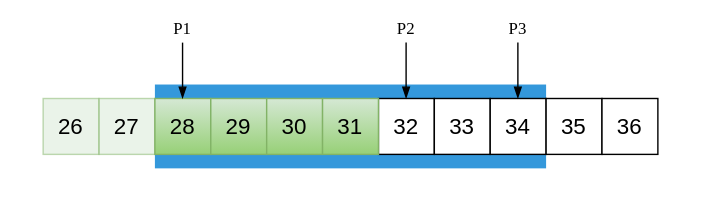
Above: img/net/window_2.svg in kavinwkp/blogimage (draw.io), before the change. Source tidied: cells renumbered, new cells last; positions are measured from the earlier drawing's top-left corner, leaving out a move shared by most shapes.
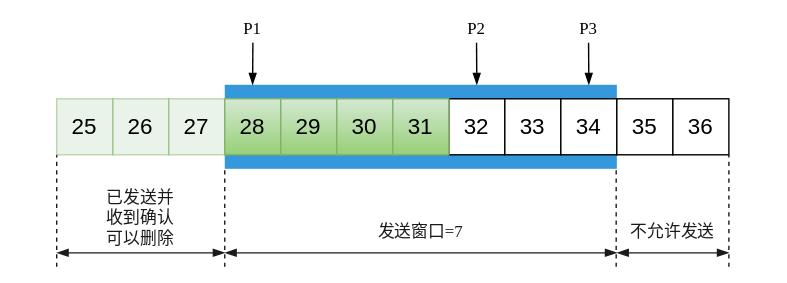
The same diagram one commit later.

The edit, as a diff of the source:
```diff
@@ -28,14 +28,14 @@
     </mxCell>
     <mxCell id="10" style="endArrow=blockThin;html=1;endFill=1;" parent="1" edge="1">
       <mxGeometry relative="1" as="geometry">
-        <mxPoint x="129.8" y="30" as="sourcePoint" />
-        <mxPoint x="129.8" y="70" as="targetPoint" />
+        <mxPoint x="130.1" y="30" as="sourcePoint" />
+        <mxPoint x="129.9" y="60" as="targetPoint" />
       </mxGeometry>
     </mxCell>
     <mxCell id="11" style="endArrow=blockThin;html=1;endFill=1;" parent="1" edge="1">
       <mxGeometry relative="1" as="geometry">
         <mxPoint x="289.8" y="30" as="sourcePoint" />
-        <mxPoint x="289.8" y="70" as="targetPoint" />
+        <mxPoint x="290" y="60" as="targetPoint" />
       </mxGeometry>
     </mxCell>
     <mxCell id="12" value="&lt;font style=&quot;font-size: 16px&quot;&gt;34&lt;/font&gt;" style="rounded=0;whiteSpace=wrap;html=1;" parent="1" vertex="1">
@@ -44,7 +44,7 @@
     <mxCell id="13" style="endArrow=blockThin;html=1;endFill=1;" parent="1" edge="1">
       <mxGeometry relative="1" as="geometry">
         <mxPoint x="369.8" y="30" as="sourcePoint" />
-        <mxPoint x="369.8" y="70" as="targetPoint" />
+        <mxPoint x="370" y="60" as="targetPoint" />
       </mxGeometry>
     </mxCell>
     <mxCell id="14" value="&lt;font style=&quot;font-size: 16px&quot;&gt;35&lt;/font&gt;" style="rounded=0;whiteSpace=wrap;html=1;" parent="1" vertex="1">
@@ -65,8 +65,62 @@
     <mxCell id="19" value="&lt;font face=&quot;Monaco&quot;&gt;P3&lt;/font&gt;" style="text;html=1;strokeColor=none;fillColor=none;align=center;verticalAlign=middle;whiteSpace=wrap;rounded=0;opacity=50;" parent="1" vertex="1">
       <mxGeometry x="350" y="10" width="40" height="20" as="geometry" />
     </mxCell>
-    <mxCell id="20" style="rounded=0;whiteSpace=wrap;html=1;opacity=50;fillColor=none;strokeColor=none;" parent="1" vertex="1">
-      <mxGeometry width="500" height="140" as="geometry" />
-    </mxCell>
+    <mxCell id="21" style="endArrow=none;html=1;dashed=1;strokeColor=#1A1A1A;" parent="1" edge="1">
+      <mxGeometry relative="1" as="geometry">
+        <mxPoint x="110" y="190" as="sourcePoint" />
+        <mxPoint x="110" y="120" as="targetPoint" />
+      </mxGeometry>
+    </mxCell>
+    <mxCell id="22" style="endArrow=none;html=1;dashed=1;strokeColor=#1A1A1A;" parent="1" edge="1">
+      <mxGeometry relative="1" as="geometry">
+        <mxPoint x="389.5" y="190" as="sourcePoint" />
+        <mxPoint x="389.5" y="120" as="targetPoint" />
+      </mxGeometry>
+    </mxCell>
+    <mxCell id="23" style="endArrow=blockThin;html=1;endFill=1;startArrow=blockThin;startFill=1;strokeColor=#1A1A1A;" parent="1" edge="1">
+      <mxGeometry relative="1" as="geometry">
+        <mxPoint x="110" y="180" as="sourcePoint" />
+        <mxPoint x="390" y="180" as="targetPoint" />
+      </mxGeometry>
+    </mxCell>
+    <mxCell id="24" value="&lt;font face=&quot;Monaco&quot; color=&quot;#1a1a1a&quot;&gt;发送窗口=7&lt;/font&gt;" style="text;html=1;strokeColor=none;fillColor=none;align=center;verticalAlign=middle;whiteSpace=wrap;rounded=0;opacity=50;" parent="1" vertex="1">
+      <mxGeometry x="215" y="150" width="70" height="30" as="geometry" />
+    </mxCell>
+    <mxCell id="25" style="endArrow=none;html=1;dashed=1;strokeColor=#1A1A1A;" parent="1" edge="1">
+      <mxGeometry relative="1" as="geometry">
+        <mxPoint x="-10" y="190" as="sourcePoint" />
+        <mxPoint x="-10" y="110" as="targetPoint" />
+      </mxGeometry>
+    </mxCell>
+    <mxCell id="26" value="&lt;font style=&quot;font-size: 16px&quot;&gt;25&lt;/font&gt;" style="rounded=0;whiteSpace=wrap;html=1;fillColor=#d5e8d4;strokeColor=#82b366;opacity=50;" parent="1" vertex="1">
+      <mxGeometry x="-10" y="70" width="40" height="40" as="geometry" />
+    </mxCell>
+    <mxCell id="27" style="endArrow=blockThin;html=1;endFill=1;startArrow=blockThin;startFill=1;strokeColor=#1A1A1A;" parent="1" edge="1">
+      <mxGeometry relative="1" as="geometry">
+        <mxPoint x="-10" y="180" as="sourcePoint" />
+        <mxPoint x="110" y="180" as="targetPoint" />
+      </mxGeometry>
+    </mxCell>
+    <mxCell id="28" value="&lt;font face=&quot;Monaco&quot; color=&quot;#1a1a1a&quot;&gt;已发送并&lt;br&gt;收到确认&lt;br&gt;可以删除&lt;/font&gt;" style="text;html=1;strokeColor=none;fillColor=none;align=center;verticalAlign=middle;whiteSpace=wrap;rounded=0;opacity=50;" parent="1" vertex="1">
+      <mxGeometry x="15" y="130" width="70" height="50" as="geometry" />
+    </mxCell>
+    <mxCell id="29" style="endArrow=none;html=1;dashed=1;strokeColor=#1A1A1A;" parent="1" edge="1">
+      <mxGeometry relative="1" as="geometry">
+        <mxPoint x="470" y="190" as="sourcePoint" />
+        <mxPoint x="470" y="110" as="targetPoint" />
+      </mxGeometry>
+    </mxCell>
+    <mxCell id="30" style="endArrow=blockThin;html=1;endFill=1;startArrow=blockThin;startFill=1;strokeColor=#1A1A1A;" parent="1" edge="1">
+      <mxGeometry relative="1" as="geometry">
+        <mxPoint x="390" y="180" as="sourcePoint" />
+        <mxPoint x="470" y="180" as="targetPoint" />
+      </mxGeometry>
+    </mxCell>
+    <mxCell id="31" value="&lt;font face=&quot;Monaco&quot; color=&quot;#1a1a1a&quot;&gt;不允许发送&lt;br&gt;&lt;/font&gt;" style="text;html=1;strokeColor=none;fillColor=none;align=center;verticalAlign=middle;whiteSpace=wrap;rounded=0;opacity=50;" parent="1" vertex="1">
+      <mxGeometry x="390" y="150" width="80" height="30" as="geometry" />
+    </mxCell>
+    <mxCell id="32" style="rounded=0;whiteSpace=wrap;html=1;fillColor=none;opacity=50;strokeColor=none;" parent="1" vertex="1">
+      <mxGeometry x="-50" width="560" height="200" as="geometry" />
+    </mxCell>
   </root>
 </mxGraphModel>
```
